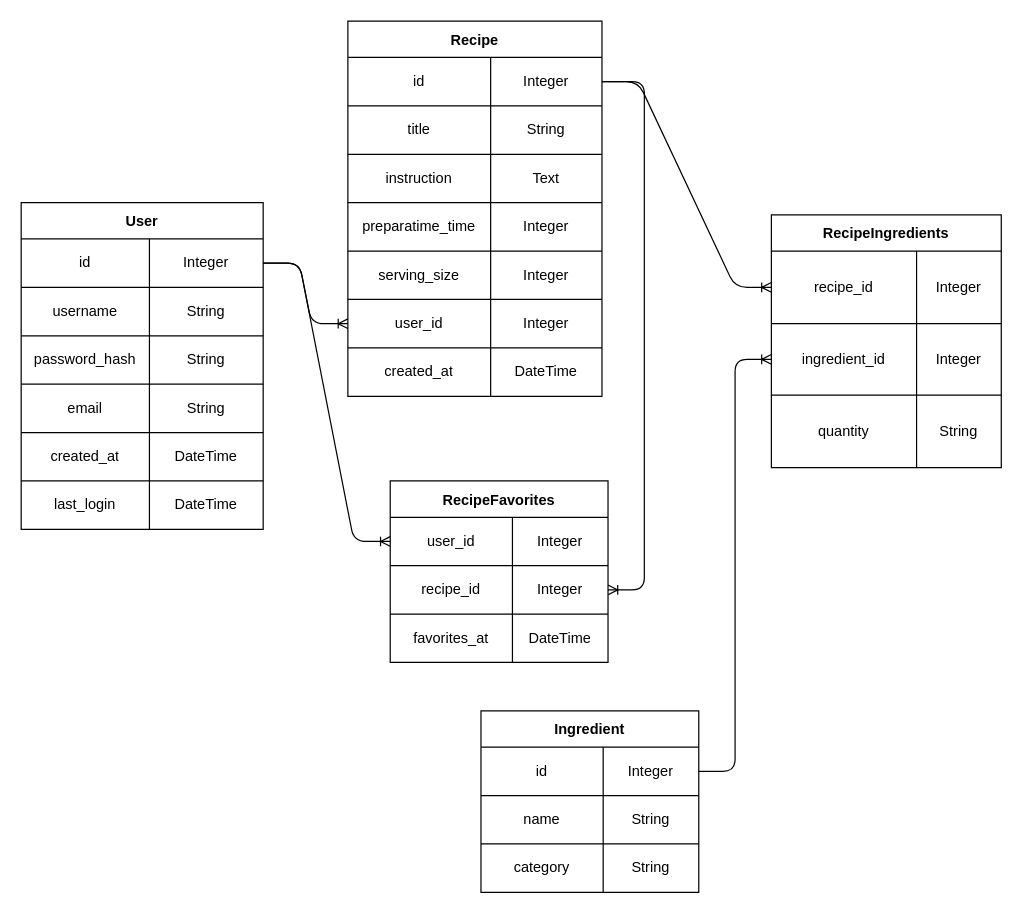
Above: planning/database-schema.drawio in christopherthai/chefmate-ai (draw.io), before the change. Source tidied: cells renumbered, new cells numbered last; positions are measured from the earlier drawing's top-left corner, leaving out a move shared by most shapes. Both pictures are drawn from the tidied source at 121%, with x=0, y=0 at pixel (21, 21).
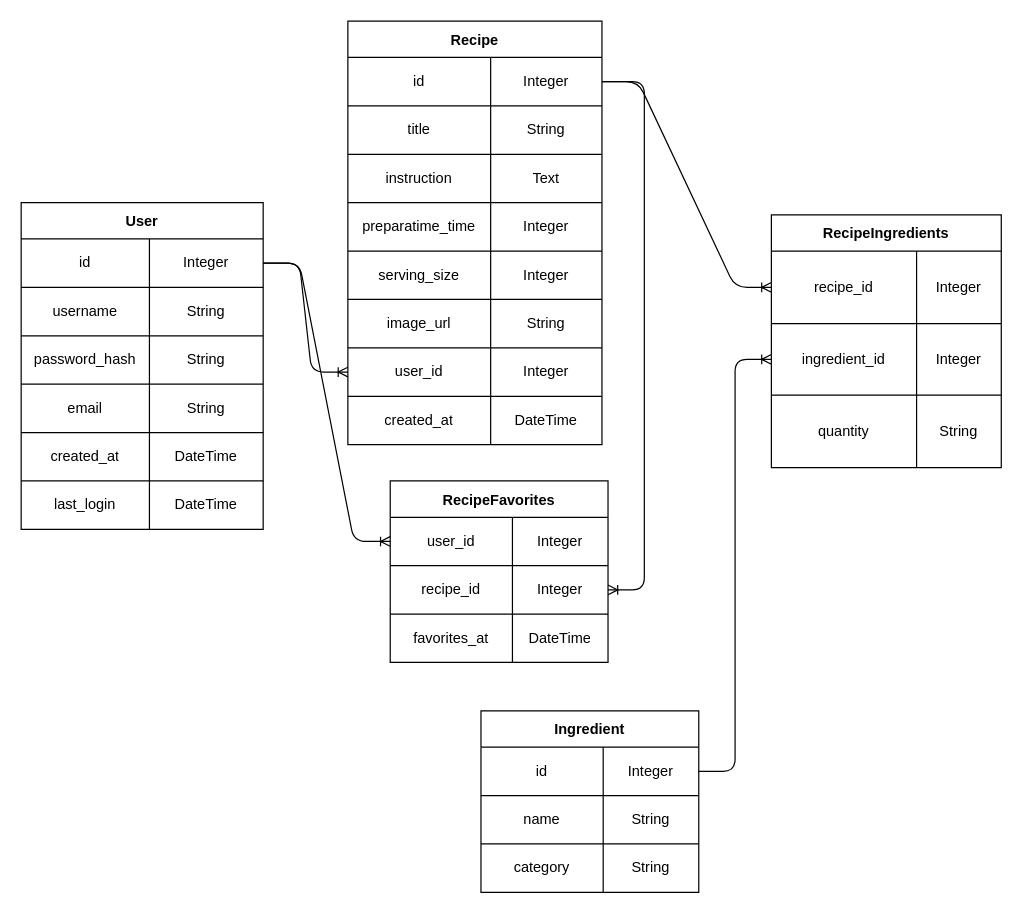
The same page after the edit.

What changed in the source:
```diff
@@
     <mxCell id="41" value="Recipe" style="shape=table;startSize=30;childLayout=tableLayout;fontStyle=1;align=center;" parent="1" vertex="1">
-      <mxGeometry x="270" width="210" height="310" as="geometry" />
+      <mxGeometry x="270" width="210" height="350" as="geometry" />
     </mxCell>
@@
+    <mxCell id="78" style="shape=tableRow;horizontal=0;startSize=0;swimlaneHead=0;swimlaneBody=0;top=0;left=0;bottom=0;right=0;fillColor=none;" parent="41" vertex="1">
+      <mxGeometry y="230" width="210" height="40" as="geometry" />
+    </mxCell>
+    <mxCell id="79" value="image_url" style="shape=partialRectangle;html=1;whiteSpace=wrap;fillColor=none;top=0;left=0;bottom=0;right=0;overflow=hidden;" parent="78" vertex="1">
+      <mxGeometry width="118" height="40" as="geometry" />
+    </mxCell>
+    <mxCell id="80" value="String" style="shape=partialRectangle;html=1;whiteSpace=wrap;fillColor=none;top=0;left=0;bottom=0;right=0;overflow=hidden;" parent="78" vertex="1">
+      <mxGeometry x="118" width="92" height="40" as="geometry" />
+    </mxCell>
     <mxCell id="57" style="shape=tableRow;horizontal=0;startSize=0;swimlaneHead=0;swimlaneBody=0;top=0;left=0;bottom=0;right=0;fillColor=none;points=[[0,0.5],[1,0.5]];portConstraint=eastwest;" parent="41" vertex="1">
-      <mxGeometry y="230" width="210" height="40" as="geometry" />
+      <mxGeometry y="270" width="210" height="40" as="geometry" />
     </mxCell>
@@
     <mxCell id="60" style="shape=tableRow;horizontal=0;startSize=0;swimlaneHead=0;swimlaneBody=0;top=0;left=0;bottom=0;right=0;fillColor=none;" parent="41" vertex="1">
-      <mxGeometry y="270" width="210" height="40" as="geometry" />
+      <mxGeometry y="310" width="210" height="40" as="geometry" />
     </mxCell>
```
